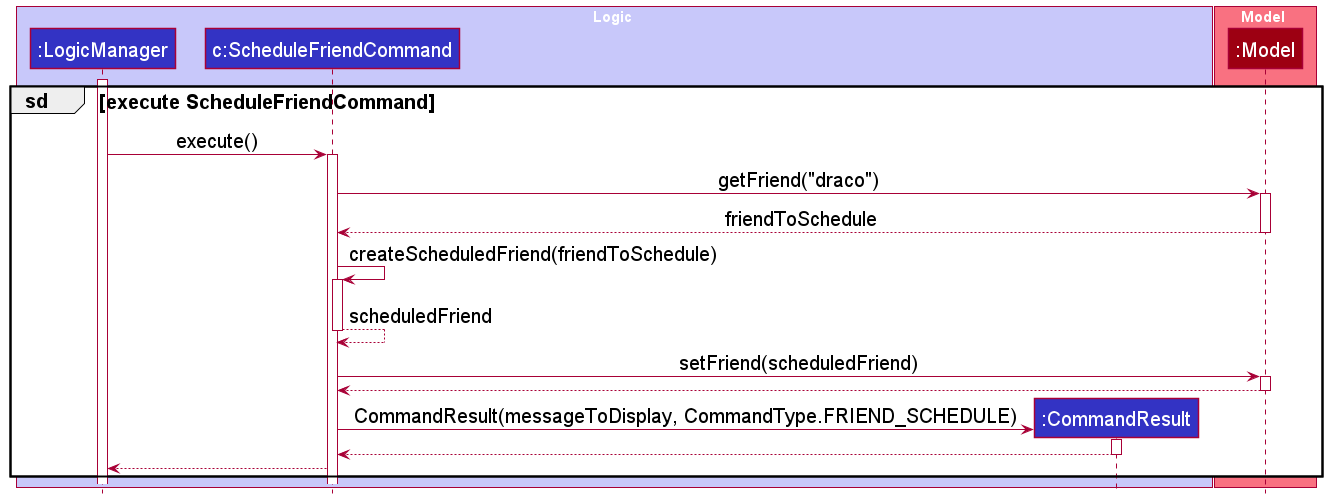
The PlantUML diagram docs/images/ScheduleSequenceDiagram2.png in nus-cs2103-AY2122S1/tp, before a commit.
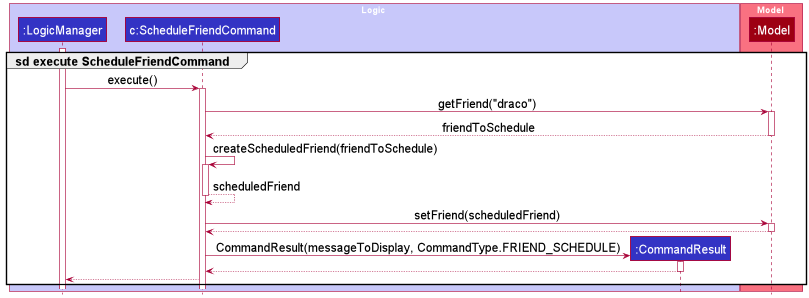
Above is the later version.

Commit message:
Fix schedule sequence diagram

Change to the diagram source:
```diff
@@ -4,7 +4,7 @@
 
 box Logic LOGIC_COLOR_T1
 
-group sd [execute ScheduleFriendCommand]
+group sd execute ScheduleFriendCommand
 participant ":LogicManager" as LogicManager LOGIC_COLOR
 participant "c:ScheduleFriendCommand" as ScheduleFriendCommand LOGIC_COLOR
 participant ":CommandResult" as CommandResult LOGIC_COLOR
```
